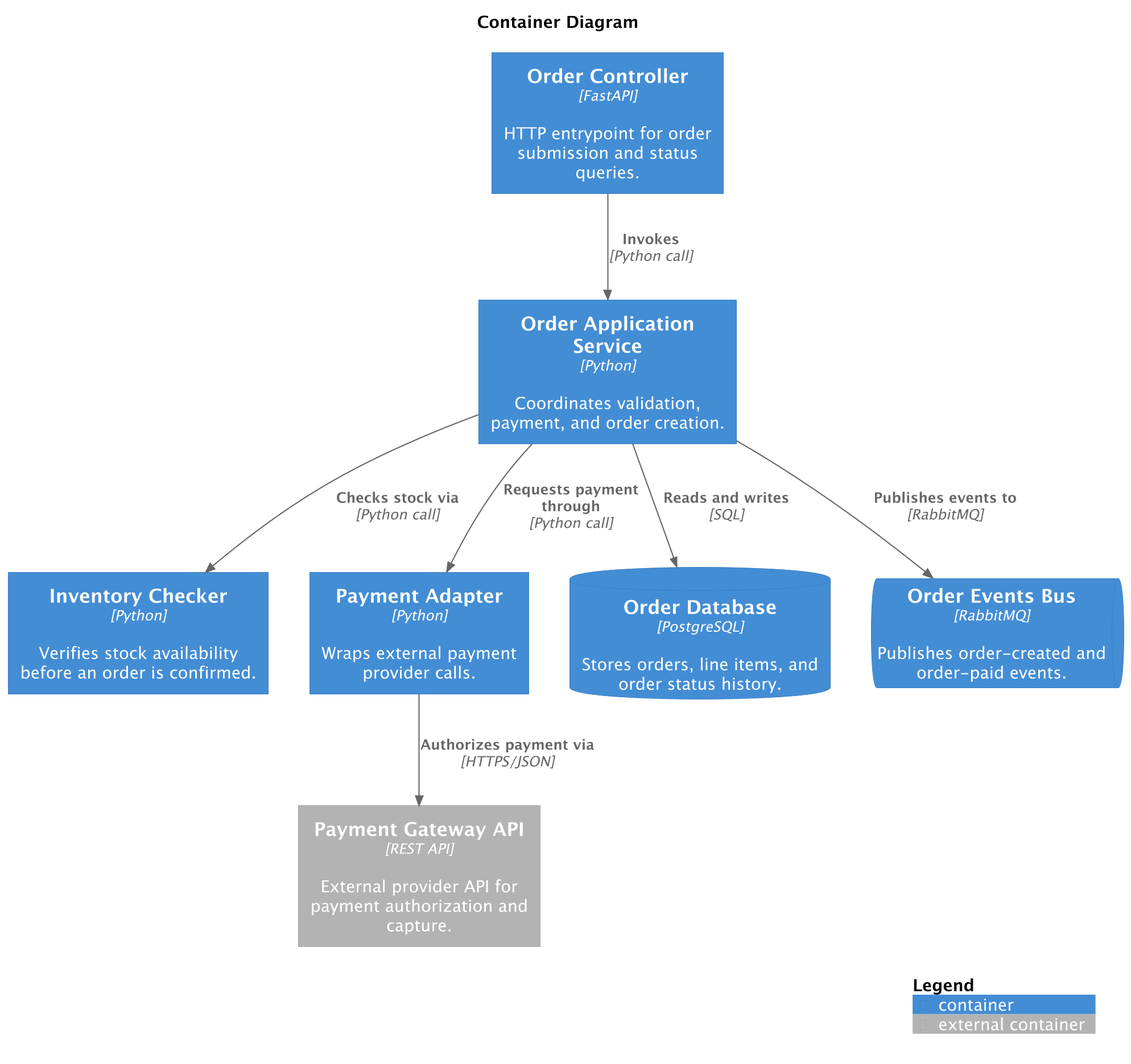
Earlier version of the PlantUML export docs/assets/converters/docker-compose-diagram.png (sidorov-as/c4-diagrams). The source it was exported from:
```plantuml
@startuml
!if %variable_exists("RELATIVE_INCLUDE")
    !include %get_variable_value("RELATIVE_INCLUDE")/C4_Container.puml
!else
    !include https://raw.githubusercontent.com/plantuml-stdlib/C4-PlantUML/master/C4_Container.puml
!endif
skinparam dpi 200

title Container Diagram

Container(order_controller, "Order Controller", "FastAPI", "HTTP entrypoint for order submission and status queries.", $tags="Entrypoint+CoreComponent")

Container(order_app_service, "Order Application Service", "Python", "Coordinates validation, payment, and order creation.", $tags="CoreComponent+Orders")

Container(inventory_checker, "Inventory Checker", "Python", "Verifies stock availability before an order is confirmed.", $tags="CoreComponent")

Container(payment_adapter, "Payment Adapter", "Python", "Wraps external payment provider calls.", $tags="CoreComponent+Payments")

ContainerDb(order_db, "Order Database", "PostgreSQL", "Stores orders, line items, and order status history.", $tags="ComponentDatabase")

ContainerQueue(order_events_bus, "Order Events Bus", "RabbitMQ", "Publishes order-created and order-paid events.", $tags="AsyncComponent")

Container_Ext(payment_gateway_api, "Payment Gateway API", "REST API", "External provider API for payment authorization and capture.", $tags="ExternalComponent")

Rel(order_controller, order_app_service, "Invokes", "Python call", $tags="SyncCall")
Rel(order_app_service, inventory_checker, "Checks stock via", "Python call", $tags="SyncCall")
Rel(order_app_service, payment_adapter, "Requests payment through", "Python call", $tags="SyncCall")
Rel(order_app_service, order_db, "Reads and writes", "SQL", $tags="DataAccess")
Rel(order_app_service, order_events_bus, "Publishes events to", "RabbitMQ", $tags="AsyncFlow")
Rel(payment_adapter, payment_gateway_api, "Authorizes payment via", "HTTPS/JSON", $tags="ExternalCall")

SHOW_LEGEND($hideStereotype="true", $details=Normal())

@enduml
```
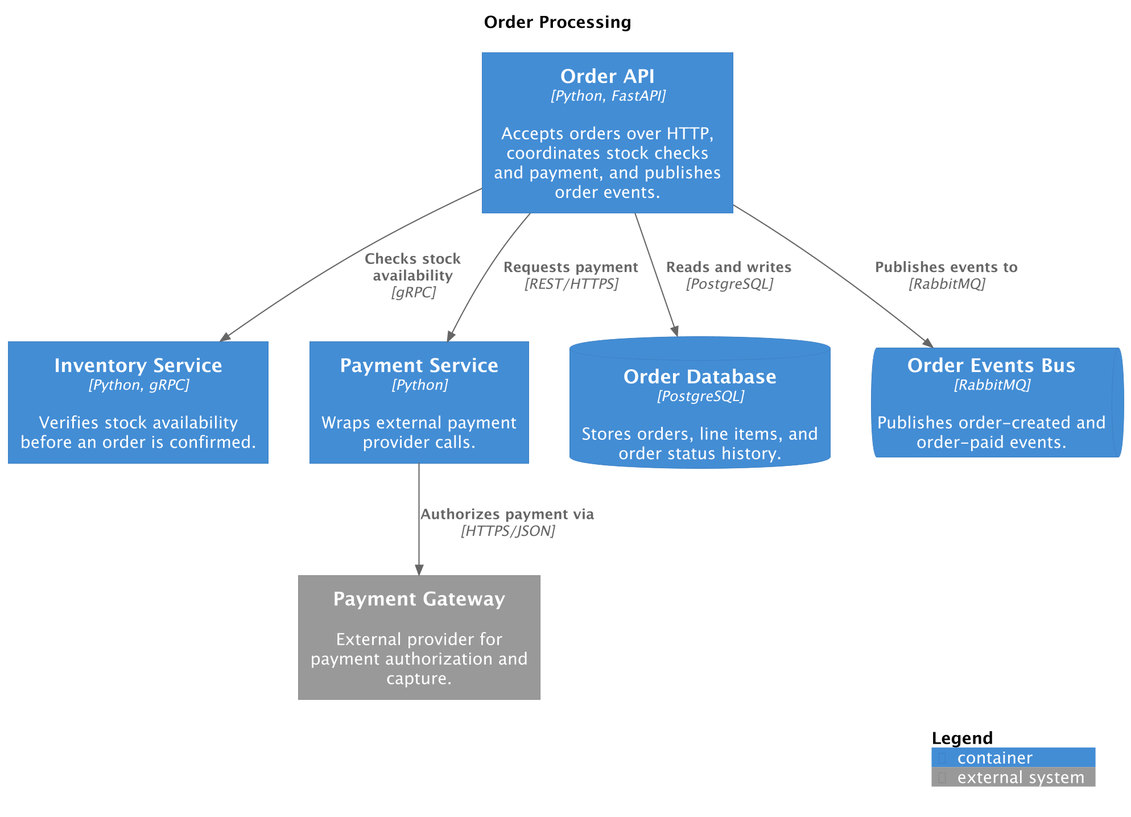
After the change.

Diff of the diagram source:
```diff
@@ -6,29 +6,25 @@
 !endif
 skinparam dpi 200
 
-title Container Diagram
+title Order Processing
 
-Container(order_controller, "Order Controller", "FastAPI", "HTTP entrypoint for order submission and status queries.", $tags="Entrypoint+CoreComponent")
+Container(order_api, "Order API", "Python, FastAPI", "Accepts orders over HTTP, coordinates stock checks and payment, and publishes order events.", $tags="CoreService+Orders")
 
-Container(order_app_service, "Order Application Service", "Python", "Coordinates validation, payment, and order creation.", $tags="CoreComponent+Orders")
+Container(inventory_service, "Inventory Service", "Python, gRPC", "Verifies stock availability before an order is confirmed.", $tags="CoreService")
 
-Container(inventory_checker, "Inventory Checker", "Python", "Verifies stock availability before an order is confirmed.", $tags="CoreComponent")
+Container(payment_service, "Payment Service", "Python", "Wraps external payment provider calls.", $tags="CoreService+Payments")
 
-Container(payment_adapter, "Payment Adapter", "Python", "Wraps external payment provider calls.", $tags="CoreComponent+Payments")
+ContainerDb(order_db, "Order Database", "PostgreSQL", "Stores orders, line items, and order status history.", $tags="DataStore")
 
-ContainerDb(order_db, "Order Database", "PostgreSQL", "Stores orders, line items, and order status history.", $tags="ComponentDatabase")
+ContainerQueue(order_events_bus, "Order Events Bus", "RabbitMQ", "Publishes order-created and order-paid events.", $tags="AsyncChannel")
 
-ContainerQueue(order_events_bus, "Order Events Bus", "RabbitMQ", "Publishes order-created and order-paid events.", $tags="AsyncComponent")
+System_Ext(payment_gateway, "Payment Gateway", "External provider for payment authorization and capture.", $tags="ExternalSystem")
 
-Container_Ext(payment_gateway_api, "Payment Gateway API", "REST API", "External provider API for payment authorization and capture.", $tags="ExternalComponent")
-
-Rel(order_controller, order_app_service, "Invokes", "Python call", $tags="SyncCall")
-Rel(order_app_service, inventory_checker, "Checks stock via", "Python call", $tags="SyncCall")
-Rel(order_app_service, payment_adapter, "Requests payment through", "Python call", $tags="SyncCall")
-Rel(order_app_service, order_db, "Reads and writes", "SQL", $tags="DataAccess")
-Rel(order_app_service, order_events_bus, "Publishes events to", "RabbitMQ", $tags="AsyncFlow")
-Rel(payment_adapter, payment_gateway_api, "Authorizes payment via", "HTTPS/JSON", $tags="ExternalCall")
-
+Rel(order_api, inventory_service, "Checks stock availability", "gRPC", $tags="SyncCall")
+Rel(order_api, payment_service, "Requests payment", "REST/HTTPS", $tags="SyncCall")
+Rel(order_api, order_db, "Reads and writes", "PostgreSQL", $tags="DataAccess")
+Rel(order_api, order_events_bus, "Publishes events to", "RabbitMQ", $tags="AsyncFlow")
+Rel(payment_service, payment_gateway, "Authorizes payment via", "HTTPS/JSON", $tags="ExternalCall")
 SHOW_LEGEND($hideStereotype="true", $details=Normal())
 
 @enduml
```
